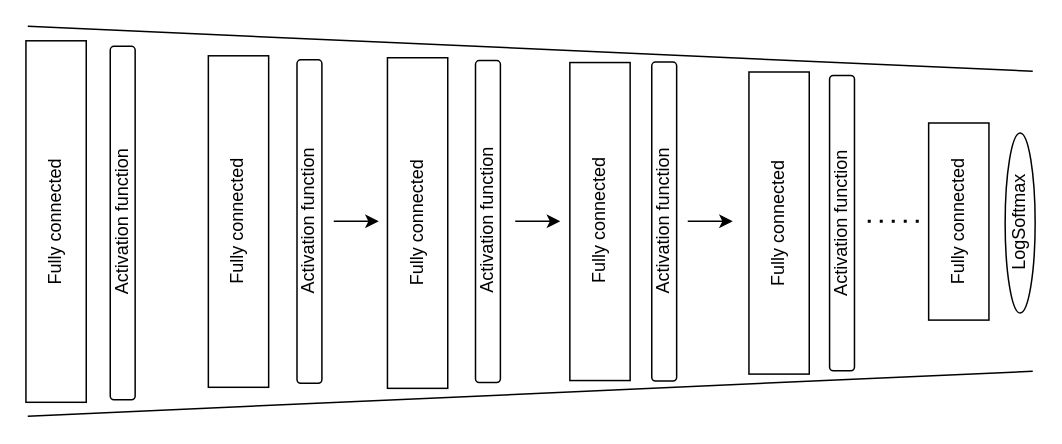
Earlier version of the draw.io diagram presentation/models_struct.drawio (MiciomaXD/MacLea_DeepLea_Project_Klagenfurt). Source tidied: cells renumbered, new cells numbered last; positions are measured from the earlier drawing's top-left corner, leaving out a move shared by most shapes. Both pictures are drawn from the tidied source at 150%, with x=0, y=0 at pixel (-126, 26).
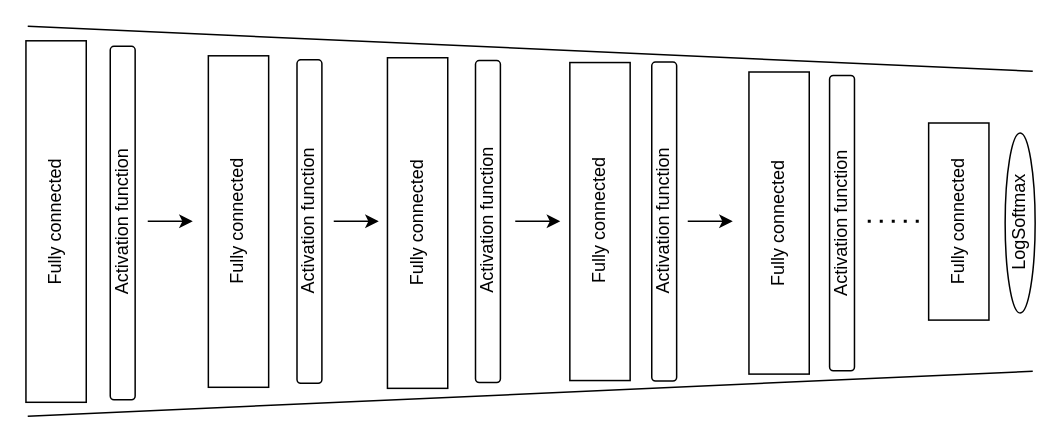
The same page after the edit.

What changed in the source:
```diff
@@
+    <mxCell id="20" style="endArrow=classic;html=1;" parent="1" edge="1">
+      <mxGeometry relative="1" as="geometry">
+        <mxPoint x="182" y="130" as="sourcePoint" />
+        <mxPoint x="212" y="130" as="targetPoint" />
+      </mxGeometry>
+    </mxCell>
```
